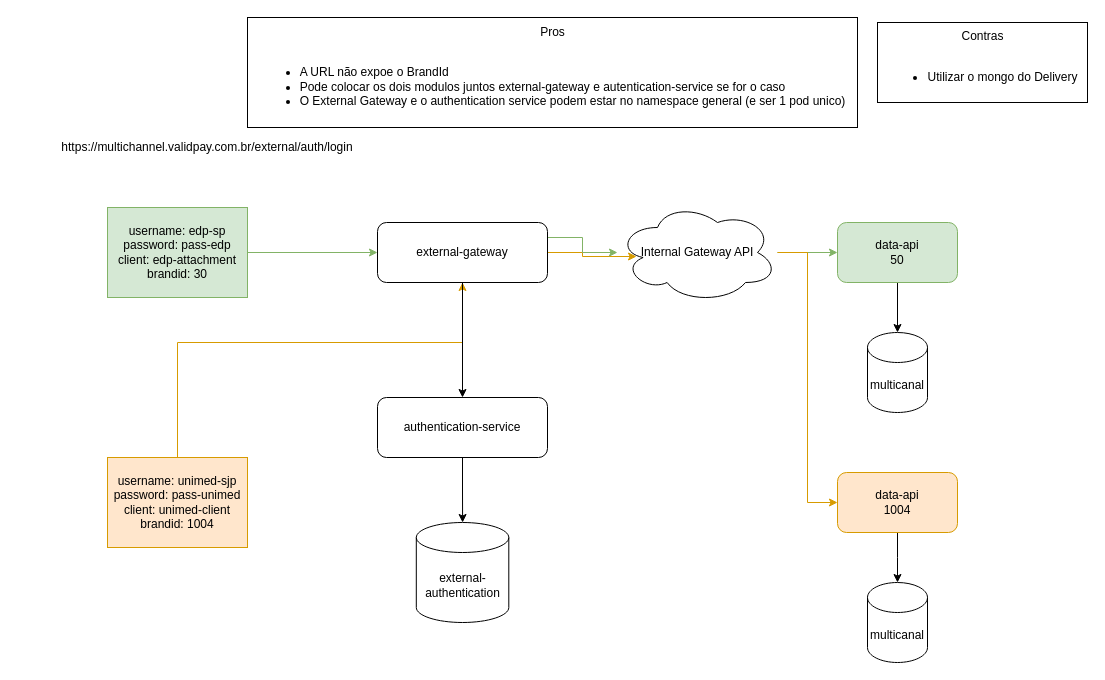
This is page "Banco de dados MongoDB" (4 of 4) of Diagrama sem nome.drawio from caio-bueno/draws-valid, a draw.io file, before an edit. Source tidied: cells renumbered, new cells numbered last; positions are measured from the earlier drawing's top-left corner, leaving out a move shared by most shapes. Both pictures are drawn from the tidied source at 100%, with x=0, y=0 at pixel (107, 17).
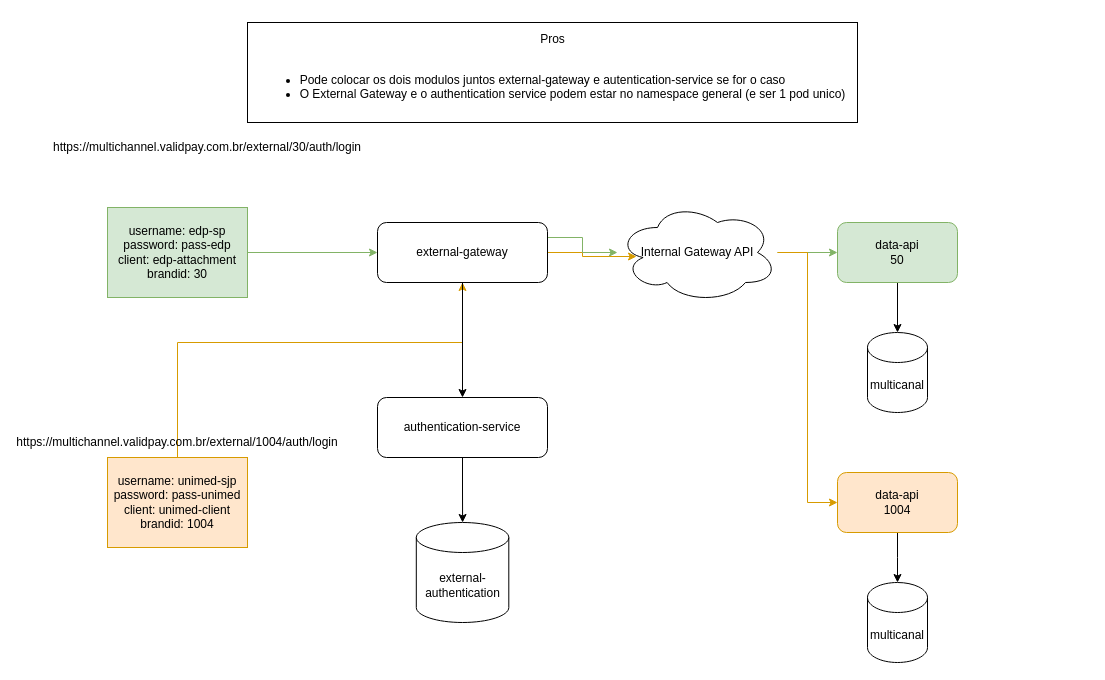
The same diagram, later.

Diff of the diagram source:
```diff
@@
-    <mxCell id="17" value="https://multichannel.validpay.com.br/external/auth/login" style="text;html=1;strokeColor=none;fillColor=none;align=center;verticalAlign=middle;whiteSpace=wrap;rounded=0;" parent="1" vertex="1">
+    <mxCell id="17" value="https://multichannel.validpay.com.br/external/30/auth/login" style="text;html=1;strokeColor=none;fillColor=none;align=center;verticalAlign=middle;whiteSpace=wrap;rounded=0;" parent="1" vertex="1">
       <mxGeometry x="70" y="115" width="60" height="30" as="geometry" />
     </mxCell>
@@
-    <mxCell id="23" value="Pros&lt;br&gt;&lt;br&gt;&lt;ul&gt;&lt;li style=&quot;text-align: left;&quot;&gt;A URL não expoe o BrandId&lt;/li&gt;&lt;li style=&quot;text-align: left;&quot;&gt;Pode colocar os dois modulos juntos external-gateway e autentication-service se for o caso&lt;/li&gt;&lt;li style=&quot;text-align: left;&quot;&gt;O External Gateway e o authentication service podem estar no namespace general (e ser 1 pod unico)&lt;/li&gt;&lt;/ul&gt;" style="text;html=1;align=center;verticalAlign=middle;strokeColor=default;fillColor=none;" parent="1" vertex="1">
-      <mxGeometry x="140" width="610" height="110" as="geometry" />
+    <mxCell id="23" value="Pros&lt;br&gt;&lt;br&gt;&lt;ul&gt;&lt;li style=&quot;text-align: left;&quot;&gt;Pode colocar os dois modulos juntos external-gateway e autentication-service se for o caso&lt;/li&gt;&lt;li style=&quot;text-align: left;&quot;&gt;O External Gateway e o authentication service podem estar no namespace general (e ser 1 pod unico)&lt;/li&gt;&lt;/ul&gt;" style="text;html=1;align=center;verticalAlign=middle;strokeColor=default;fillColor=none;" parent="1" vertex="1">
+      <mxGeometry x="140" y="5" width="610" height="100" as="geometry" />
     </mxCell>
-    <mxCell id="24" value="Contras&lt;br&gt;&lt;br&gt;&lt;ul&gt;&lt;li&gt;Utilizar o mongo do Delivery&lt;/li&gt;&lt;/ul&gt;" style="text;html=1;align=center;verticalAlign=middle;strokeColor=default;fillColor=none;" parent="1" vertex="1">
-      <mxGeometry x="770" y="5" width="210" height="80" as="geometry" />
-    </mxCell>
+    <mxCell id="25" value="https://multichannel.validpay.com.br/external/1004/auth/login" style="text;html=1;strokeColor=none;fillColor=none;align=center;verticalAlign=middle;whiteSpace=wrap;rounded=0;" parent="1" vertex="1">
+      <mxGeometry x="40" y="410" width="60" height="30" as="geometry" />
+    </mxCell>
```
